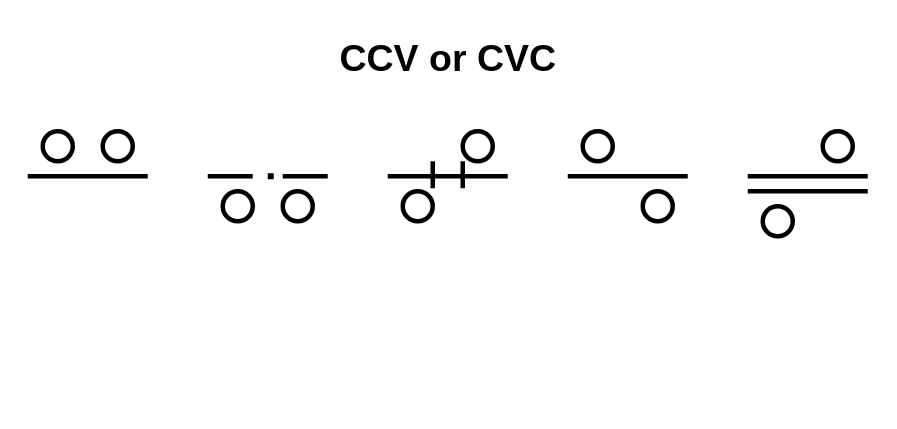
This is eberban.drawio from fromZahir2Aleph/eberban-writing, a draw.io file, before an edit. Source tidied: cells renumbered, new cells numbered last; positions are measured from the earlier drawing's top-left corner, leaving out a move shared by most shapes. Both pictures are drawn from the tidied source at 150%, with x=0, y=0 at pixel (27, 26).
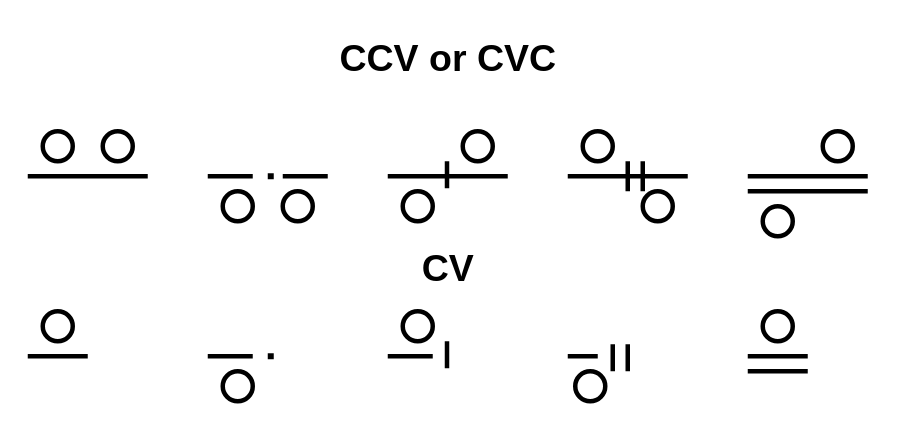
Above is the later version.

What changed in the source:
```diff
@@
-    <mxCell id="7" style="endArrow=none;html=1;rounded=0;strokeWidth=3;" parent="1" edge="1">
-      <mxGeometry relative="1" as="geometry">
-        <mxPoint x="290" y="90" as="sourcePoint" />
-        <mxPoint x="290" y="108" as="targetPoint" />
-      </mxGeometry>
-    </mxCell>
     <mxCell id="8" style="endArrow=none;html=1;rounded=0;strokeWidth=3;" parent="1" edge="1">
       <mxGeometry relative="1" as="geometry">
-        <mxPoint x="270" y="90" as="sourcePoint" />
-        <mxPoint x="270" y="108" as="targetPoint" />
+        <mxPoint x="279.5" y="90" as="sourcePoint" />
+        <mxPoint x="279.5" y="108" as="targetPoint" />
       </mxGeometry>
     </mxCell>
@@
+    <mxCell id="23" value="CV" style="text;html=1;align=center;verticalAlign=middle;strokeColor=none;fillColor=none;fontSize=25;fontStyle=1;" parent="1" vertex="1">
+      <mxGeometry x="250" y="140" width="60" height="40" as="geometry" />
+    </mxCell>
+    <mxCell id="24" style="endArrow=none;html=1;rounded=0;strokeWidth=3;" parent="1" edge="1">
+      <mxGeometry relative="1" as="geometry">
+        <mxPoint y="220" as="sourcePoint" />
+        <mxPoint x="40" y="220" as="targetPoint" />
+      </mxGeometry>
+    </mxCell>
+    <mxCell id="25" style="ellipse;whiteSpace=wrap;html=1;strokeWidth=3;" parent="1" vertex="1">
+      <mxGeometry x="10" y="190" width="20" height="20" as="geometry" />
+    </mxCell>
+    <mxCell id="26" style="endArrow=none;html=1;rounded=0;strokeWidth=3;" parent="1" edge="1">
+      <mxGeometry relative="1" as="geometry">
+        <mxPoint x="120" y="220" as="sourcePoint" />
+        <mxPoint x="150" y="220" as="targetPoint" />
+      </mxGeometry>
+    </mxCell>
+    <mxCell id="27" style="endArrow=none;dashed=1;html=1;dashPattern=1 3;strokeWidth=4;rounded=0;" parent="1" edge="1">
+      <mxGeometry relative="1" as="geometry">
+        <mxPoint x="160" y="220" as="sourcePoint" />
+        <mxPoint x="170" y="220" as="targetPoint" />
+      </mxGeometry>
+    </mxCell>
+    <mxCell id="28" style="ellipse;whiteSpace=wrap;html=1;strokeWidth=3;" parent="1" vertex="1">
+      <mxGeometry x="130" y="230" width="20" height="20" as="geometry" />
+    </mxCell>
+    <mxCell id="29" style="endArrow=none;html=1;rounded=0;strokeWidth=3;" parent="1" edge="1">
+      <mxGeometry relative="1" as="geometry">
+        <mxPoint x="240" y="220" as="sourcePoint" />
+        <mxPoint x="270" y="220" as="targetPoint" />
+      </mxGeometry>
+    </mxCell>
+    <mxCell id="30" style="endArrow=none;html=1;rounded=0;strokeWidth=3;" parent="1" edge="1">
+      <mxGeometry relative="1" as="geometry">
+        <mxPoint x="400" y="110" as="sourcePoint" />
+        <mxPoint x="400" y="90" as="targetPoint" />
+      </mxGeometry>
+    </mxCell>
+    <mxCell id="31" style="endArrow=none;html=1;rounded=0;strokeWidth=3;" parent="1" edge="1">
+      <mxGeometry relative="1" as="geometry">
+        <mxPoint x="410" y="110" as="sourcePoint" />
+        <mxPoint x="410" y="90" as="targetPoint" />
+      </mxGeometry>
+    </mxCell>
+    <mxCell id="32" style="endArrow=none;html=1;rounded=0;strokeWidth=3;" parent="1" edge="1">
+      <mxGeometry relative="1" as="geometry">
+        <mxPoint x="279.5" y="210" as="sourcePoint" />
+        <mxPoint x="279.5" y="228" as="targetPoint" />
+      </mxGeometry>
+    </mxCell>
+    <mxCell id="33" style="endArrow=none;html=1;rounded=0;strokeWidth=3;" parent="1" edge="1">
+      <mxGeometry relative="1" as="geometry">
+        <mxPoint x="380" y="220" as="sourcePoint" />
+        <mxPoint x="360" y="220" as="targetPoint" />
+      </mxGeometry>
+    </mxCell>
+    <mxCell id="34" style="endArrow=none;html=1;rounded=0;strokeWidth=3;" parent="1" edge="1">
+      <mxGeometry relative="1" as="geometry">
+        <mxPoint x="390" y="212" as="sourcePoint" />
+        <mxPoint x="390" y="230" as="targetPoint" />
+      </mxGeometry>
+    </mxCell>
+    <mxCell id="35" style="endArrow=none;html=1;rounded=0;strokeWidth=3;" parent="1" edge="1">
+      <mxGeometry relative="1" as="geometry">
+        <mxPoint x="400" y="212" as="sourcePoint" />
+        <mxPoint x="400" y="230" as="targetPoint" />
+      </mxGeometry>
+    </mxCell>
+    <mxCell id="36" style="endArrow=none;html=1;rounded=0;strokeWidth=3;" parent="1" edge="1">
+      <mxGeometry relative="1" as="geometry">
+        <mxPoint x="480" y="220" as="sourcePoint" />
+        <mxPoint x="520" y="220" as="targetPoint" />
+      </mxGeometry>
+    </mxCell>
+    <mxCell id="37" style="endArrow=none;html=1;rounded=0;strokeWidth=3;" parent="1" edge="1">
+      <mxGeometry relative="1" as="geometry">
+        <mxPoint x="480" y="230" as="sourcePoint" />
+        <mxPoint x="520" y="230" as="targetPoint" />
+      </mxGeometry>
+    </mxCell>
+    <mxCell id="38" style="ellipse;whiteSpace=wrap;html=1;strokeWidth=3;" parent="1" vertex="1">
+      <mxGeometry x="250" y="190" width="20" height="20" as="geometry" />
+    </mxCell>
+    <mxCell id="39" style="ellipse;whiteSpace=wrap;html=1;strokeWidth=3;" parent="1" vertex="1">
+      <mxGeometry x="365" y="230" width="20" height="20" as="geometry" />
+    </mxCell>
+    <mxCell id="40" style="ellipse;whiteSpace=wrap;html=1;strokeWidth=3;" parent="1" vertex="1">
+      <mxGeometry x="490" y="190" width="20" height="20" as="geometry" />
+    </mxCell>
```
